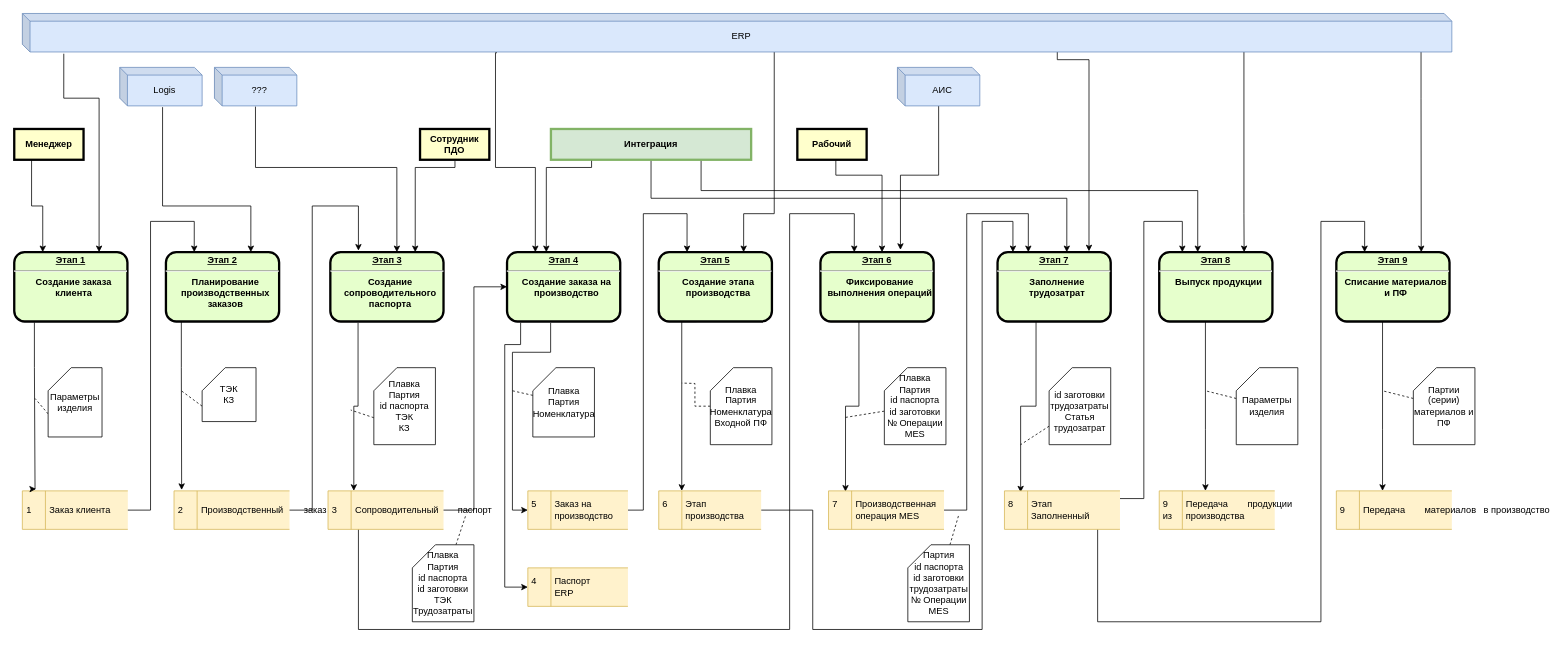
The draw.io diagram Интеграция_ERP_АИС_DFD.drawio in sashok74/Rarus, before the edit. Source tidied: cells renumbered, new cells numbered last; positions are measured from the earlier drawing's top-left corner, leaving out a move shared by most shapes. Both pictures are drawn from the tidied source at 77%, with x=0, y=0 at pixel (14, 13).
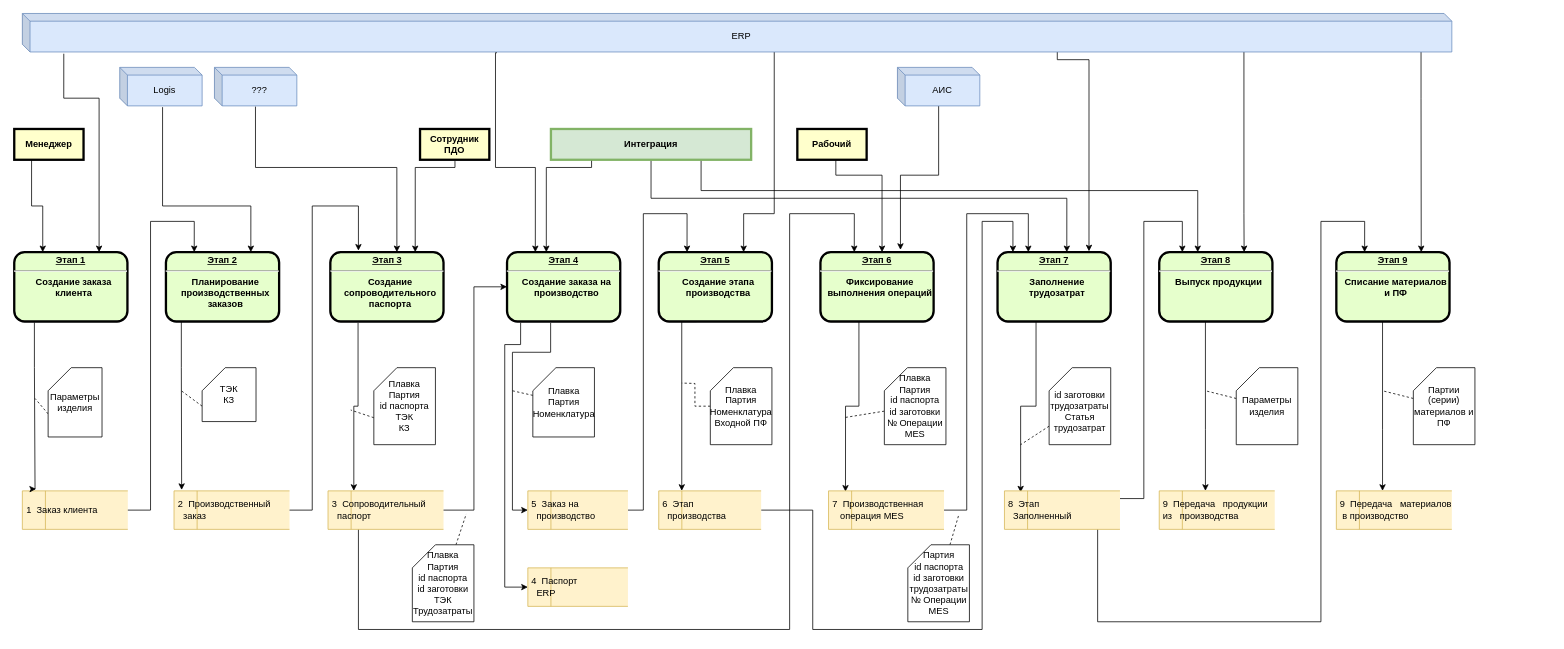
The same page after the edit.

The edit, as a diff of the source:
```diff
@@
-    <mxCell id="29" value="1&lt;span style=&quot;white-space: pre;&quot;&gt;&#9;&lt;/span&gt;&amp;nbsp;Заказ клиента" style="html=1;dashed=0;whitespace=wrap;shape=mxgraph.dfd.dataStoreID;align=left;spacingLeft=3;points=[[0,0],[0.5,0],[1,0],[0,0.5],[1,0.5],[0,1],[0.5,1],[1,1]];fillColor=#fff2cc;strokeColor=#d6b656;" parent="1" vertex="1">
+    <mxCell id="29" value="1&lt;span style=&quot;white-space: pre;&quot;&gt; &lt;/span&gt;&amp;nbsp;Заказ клиента" style="html=1;dashed=0;whitespace=wrap;shape=mxgraph.dfd.dataStoreID;align=left;spacingLeft=3;points=[[0,0],[0.5,0],[1,0],[0,0.5],[1,0.5],[0,1],[0.5,1],[1,1]];fillColor=#fff2cc;strokeColor=#d6b656;" parent="1" vertex="1">
       <mxGeometry x="10.5" y="620" width="137" height="50" as="geometry" />
     </mxCell>
-    <mxCell id="30" value="2&lt;span style=&quot;white-space: pre;&quot;&gt;&#9;&lt;/span&gt;&amp;nbsp;Производственный &lt;span style=&quot;white-space: pre;&quot;&gt;&#9;&lt;/span&gt;&amp;nbsp;заказ" style="html=1;dashed=0;whitespace=wrap;shape=mxgraph.dfd.dataStoreID;align=left;spacingLeft=3;points=[[0,0],[0.5,0],[1,0],[0,0.5],[1,0.5],[0,1],[0.5,1],[1,1]];whiteSpace=wrap;fillColor=#fff2cc;strokeColor=#d6b656;" parent="1" vertex="1">
+    <mxCell id="30" value="2&lt;span style=&quot;white-space: pre;&quot;&gt; &lt;/span&gt;&amp;nbsp;Производственный &lt;span style=&quot;white-space: pre;&quot;&gt; &lt;/span&gt;&amp;nbsp;заказ" style="html=1;dashed=0;whitespace=wrap;shape=mxgraph.dfd.dataStoreID;align=left;spacingLeft=3;points=[[0,0],[0.5,0],[1,0],[0,0.5],[1,0.5],[0,1],[0.5,1],[1,1]];whiteSpace=wrap;fillColor=#fff2cc;strokeColor=#d6b656;" parent="1" vertex="1">
       <mxGeometry x="207.5" y="620" width="150" height="50" as="geometry" />
     </mxCell>
@@
-    <mxCell id="32" value="3&lt;span style=&quot;white-space: pre;&quot;&gt;&#9;&lt;/span&gt;&amp;nbsp;Сопроводительный &lt;span style=&quot;white-space: pre;&quot;&gt;&#9;&lt;/span&gt;&amp;nbsp;паспорт" style="html=1;dashed=0;whitespace=wrap;shape=mxgraph.dfd.dataStoreID;align=left;spacingLeft=3;points=[[0,0],[0.5,0],[1,0],[0,0.5],[1,0.5],[0,1],[0.5,1],[1,1]];whiteSpace=wrap;fillColor=#fff2cc;strokeColor=#d6b656;" parent="1" vertex="1">
+    <mxCell id="32" value="3&lt;span style=&quot;white-space: pre;&quot;&gt; &lt;/span&gt;&amp;nbsp;Сопроводительный &lt;span style=&quot;white-space: pre;&quot;&gt; &lt;/span&gt;&amp;nbsp;паспорт" style="html=1;dashed=0;whitespace=wrap;shape=mxgraph.dfd.dataStoreID;align=left;spacingLeft=3;points=[[0,0],[0.5,0],[1,0],[0,0.5],[1,0.5],[0,1],[0.5,1],[1,1]];whiteSpace=wrap;fillColor=#fff2cc;strokeColor=#d6b656;" parent="1" vertex="1">
       <mxGeometry x="407.5" y="620" width="150" height="50" as="geometry" />
     </mxCell>
-    <mxCell id="33" value="4&lt;span style=&quot;white-space: pre;&quot;&gt;&#9;&lt;/span&gt;&amp;nbsp;Паспорт&amp;nbsp;&lt;span style=&quot;white-space: pre;&quot;&gt;&#9;&lt;/span&gt;&amp;nbsp;&lt;br&gt;&lt;span style=&quot;white-space: pre;&quot;&gt;&#9;&lt;/span&gt;&amp;nbsp;ERP" style="html=1;dashed=0;whitespace=wrap;shape=mxgraph.dfd.dataStoreID;align=left;spacingLeft=3;points=[[0,0],[0.5,0],[1,0],[0,0.5],[1,0.5],[0,1],[0.5,1],[1,1]];whiteSpace=wrap;fillColor=#fff2cc;strokeColor=#d6b656;" parent="1" vertex="1">
+    <mxCell id="33" value="4&lt;span style=&quot;white-space: pre;&quot;&gt; &lt;/span&gt;&amp;nbsp;Паспорт&amp;nbsp;&lt;span style=&quot;white-space: pre;&quot;&gt; &lt;/span&gt;&amp;nbsp;&lt;br&gt;&lt;span style=&quot;white-space: pre;&quot;&gt; &lt;/span&gt;&amp;nbsp;ERP" style="html=1;dashed=0;whitespace=wrap;shape=mxgraph.dfd.dataStoreID;align=left;spacingLeft=3;points=[[0,0],[0.5,0],[1,0],[0,0.5],[1,0.5],[0,1],[0.5,1],[1,1]];whiteSpace=wrap;fillColor=#fff2cc;strokeColor=#d6b656;" parent="1" vertex="1">
       <mxGeometry x="667" y="720" width="130" height="50" as="geometry" />
     </mxCell>
@@
-    <mxCell id="35" value="5&lt;span style=&quot;white-space: pre;&quot;&gt;&#9;&lt;/span&gt;&amp;nbsp;Заказ на &lt;span style=&quot;white-space: pre;&quot;&gt;&#9;&lt;/span&gt;&amp;nbsp;производство" style="html=1;dashed=0;whitespace=wrap;shape=mxgraph.dfd.dataStoreID;align=left;spacingLeft=3;points=[[0,0],[0.5,0],[1,0],[0,0.5],[1,0.5],[0,1],[0.5,1],[1,1]];whiteSpace=wrap;fillColor=#fff2cc;strokeColor=#d6b656;" parent="1" vertex="1">
+    <mxCell id="35" value="5&lt;span style=&quot;white-space: pre;&quot;&gt; &lt;/span&gt;&amp;nbsp;Заказ на &lt;span style=&quot;white-space: pre;&quot;&gt; &lt;/span&gt;&amp;nbsp;производство" style="html=1;dashed=0;whitespace=wrap;shape=mxgraph.dfd.dataStoreID;align=left;spacingLeft=3;points=[[0,0],[0.5,0],[1,0],[0,0.5],[1,0.5],[0,1],[0.5,1],[1,1]];whiteSpace=wrap;fillColor=#fff2cc;strokeColor=#d6b656;" parent="1" vertex="1">
       <mxGeometry x="667" y="620" width="130" height="50" as="geometry" />
     </mxCell>
@@
-    <mxCell id="37" value="6&lt;span style=&quot;white-space: pre;&quot;&gt;&#9;&lt;/span&gt;&amp;nbsp;Этап&lt;br&gt;&lt;span style=&quot;white-space: pre;&quot;&gt;&#9;&lt;/span&gt;&amp;nbsp;производства" style="html=1;dashed=0;whitespace=wrap;shape=mxgraph.dfd.dataStoreID;align=left;spacingLeft=3;points=[[0,0],[0.5,0],[1,0],[0,0.5],[1,0.5],[0,1],[0.5,1],[1,1]];whiteSpace=wrap;fillColor=#fff2cc;strokeColor=#d6b656;" parent="1" vertex="1">
+    <mxCell id="37" value="6&lt;span style=&quot;white-space: pre;&quot;&gt; &lt;/span&gt;&amp;nbsp;Этап&lt;br&gt;&lt;span style=&quot;white-space: pre;&quot;&gt; &lt;/span&gt;&amp;nbsp;производства" style="html=1;dashed=0;whitespace=wrap;shape=mxgraph.dfd.dataStoreID;align=left;spacingLeft=3;points=[[0,0],[0.5,0],[1,0],[0,0.5],[1,0.5],[0,1],[0.5,1],[1,1]];whiteSpace=wrap;fillColor=#fff2cc;strokeColor=#d6b656;" parent="1" vertex="1">
       <mxGeometry x="837" y="620" width="133" height="50" as="geometry" />
     </mxCell>
@@
-    <mxCell id="39" value="7&lt;span style=&quot;white-space: pre;&quot;&gt;&#9;&lt;/span&gt;&amp;nbsp;Производственная&lt;br&gt;&amp;nbsp;&lt;span style=&quot;white-space: pre;&quot;&gt;&#9;&lt;/span&gt;&amp;nbsp;операция MES" style="html=1;dashed=0;whitespace=wrap;shape=mxgraph.dfd.dataStoreID;align=left;spacingLeft=3;points=[[0,0],[0.5,0],[1,0],[0,0.5],[1,0.5],[0,1],[0.5,1],[1,1]];whiteSpace=wrap;fillColor=#fff2cc;strokeColor=#d6b656;" parent="1" vertex="1">
+    <mxCell id="39" value="7&lt;span style=&quot;white-space: pre;&quot;&gt; &lt;/span&gt;&amp;nbsp;Производственная&lt;br&gt;&amp;nbsp;&lt;span style=&quot;white-space: pre;&quot;&gt; &lt;/span&gt;&amp;nbsp;операция MES" style="html=1;dashed=0;whitespace=wrap;shape=mxgraph.dfd.dataStoreID;align=left;spacingLeft=3;points=[[0,0],[0.5,0],[1,0],[0,0.5],[1,0.5],[0,1],[0.5,1],[1,1]];whiteSpace=wrap;fillColor=#fff2cc;strokeColor=#d6b656;" parent="1" vertex="1">
       <mxGeometry x="1057.5" y="620" width="150" height="50" as="geometry" />
     </mxCell>
@@
-    <mxCell id="42" value="8&lt;span style=&quot;white-space: pre;&quot;&gt;&#9;&lt;/span&gt;&amp;nbsp;Этап&amp;nbsp;&lt;br&gt;&lt;span style=&quot;white-space: pre;&quot;&gt;&#9;&lt;/span&gt;&amp;nbsp;Заполненный" style="html=1;dashed=0;whitespace=wrap;shape=mxgraph.dfd.dataStoreID;align=left;spacingLeft=3;points=[[0,0],[0.5,0],[1,0],[0,0.5],[1,0.5],[0,1],[0.5,1],[1,1]];whiteSpace=wrap;fillColor=#fff2cc;strokeColor=#d6b656;" parent="1" vertex="1">
+    <mxCell id="42" value="8&lt;span style=&quot;white-space: pre;&quot;&gt; &lt;/span&gt;&amp;nbsp;Этап&amp;nbsp;&lt;br&gt;&lt;span style=&quot;white-space: pre;&quot;&gt; &lt;/span&gt;&amp;nbsp;Заполненный" style="html=1;dashed=0;whitespace=wrap;shape=mxgraph.dfd.dataStoreID;align=left;spacingLeft=3;points=[[0,0],[0.5,0],[1,0],[0,0.5],[1,0.5],[0,1],[0.5,1],[1,1]];whiteSpace=wrap;fillColor=#fff2cc;strokeColor=#d6b656;" parent="1" vertex="1">
       <mxGeometry x="1286" y="620" width="150" height="50" as="geometry" />
     </mxCell>
-    <mxCell id="43" value="9&lt;span style=&quot;white-space: pre;&quot;&gt;&#9;&lt;/span&gt;&amp;nbsp;Передача &lt;span style=&quot;white-space: pre;&quot;&gt;&#9;&lt;/span&gt;&amp;nbsp;продукции из &lt;span style=&quot;white-space: pre;&quot;&gt;&#9;&lt;/span&gt;&amp;nbsp;производства" style="html=1;dashed=0;whitespace=wrap;shape=mxgraph.dfd.dataStoreID;align=left;spacingLeft=3;points=[[0,0],[0.5,0],[1,0],[0,0.5],[1,0.5],[0,1],[0.5,1],[1,1]];whiteSpace=wrap;fillColor=#fff2cc;strokeColor=#d6b656;" parent="1" vertex="1">
+    <mxCell id="43" value="9&lt;span style=&quot;white-space: pre;&quot;&gt; &lt;/span&gt;&amp;nbsp;Передача &lt;span style=&quot;white-space: pre;&quot;&gt; &lt;/span&gt;&amp;nbsp;продукции из &lt;span style=&quot;white-space: pre;&quot;&gt; &lt;/span&gt;&amp;nbsp;производства" style="html=1;dashed=0;whitespace=wrap;shape=mxgraph.dfd.dataStoreID;align=left;spacingLeft=3;points=[[0,0],[0.5,0],[1,0],[0,0.5],[1,0.5],[0,1],[0.5,1],[1,1]];whiteSpace=wrap;fillColor=#fff2cc;strokeColor=#d6b656;" parent="1" vertex="1">
       <mxGeometry x="1487" y="620" width="150" height="50" as="geometry" />
     </mxCell>
@@
-    <mxCell id="67" value="9&lt;span style=&quot;white-space: pre;&quot;&gt;&#9;&lt;/span&gt;&amp;nbsp;Передача &lt;span style=&quot;white-space: pre;&quot;&gt;&#9;&lt;/span&gt;&amp;nbsp;материалов &lt;span style=&quot;white-space: pre;&quot;&gt;&#9;&lt;/span&gt;в&amp;nbsp;производство" style="html=1;dashed=0;whitespace=wrap;shape=mxgraph.dfd.dataStoreID;align=left;spacingLeft=3;points=[[0,0],[0.5,0],[1,0],[0,0.5],[1,0.5],[0,1],[0.5,1],[1,1]];whiteSpace=wrap;fillColor=#fff2cc;strokeColor=#d6b656;" parent="1" vertex="1">
+    <mxCell id="67" value="9&lt;span style=&quot;white-space: pre;&quot;&gt; &lt;/span&gt;&amp;nbsp;Передача &lt;span style=&quot;white-space: pre;&quot;&gt; &lt;/span&gt;&amp;nbsp;материалов &lt;span style=&quot;white-space: pre;&quot;&gt; &lt;/span&gt;в&amp;nbsp;производство" style="html=1;dashed=0;whitespace=wrap;shape=mxgraph.dfd.dataStoreID;align=left;spacingLeft=3;points=[[0,0],[0.5,0],[1,0],[0,0.5],[1,0.5],[0,1],[0.5,1],[1,1]];whiteSpace=wrap;fillColor=#fff2cc;strokeColor=#d6b656;" parent="1" vertex="1">
       <mxGeometry x="1717" y="620" width="150" height="50" as="geometry" />
     </mxCell>
```
